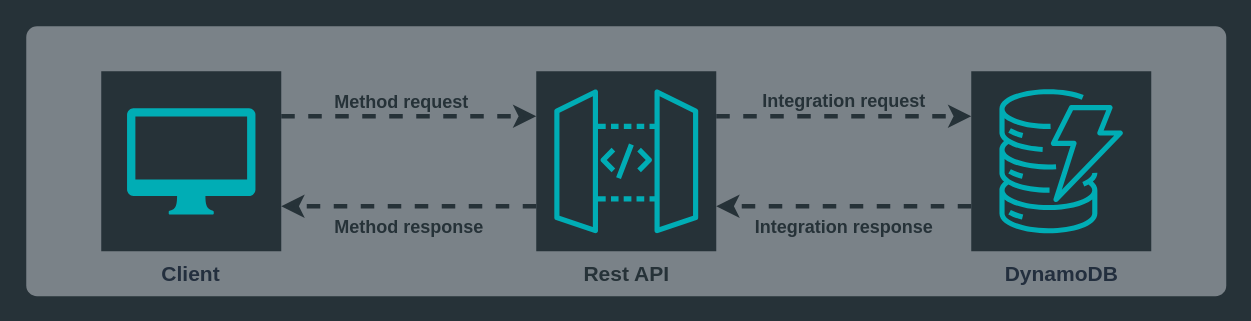
Before: page "main" (1 of 10) of diagram_sources/url_shortener.drawio in MaximilianoAguirre/blog, a draw.io diagram. Source tidied: cells renumbered, new cells numbered last; positions are measured from the earlier drawing's top-left corner, leaving out a move shared by most shapes. Both pictures are drawn from the tidied source at 150%, with x=0, y=0 at pixel (26, 26).
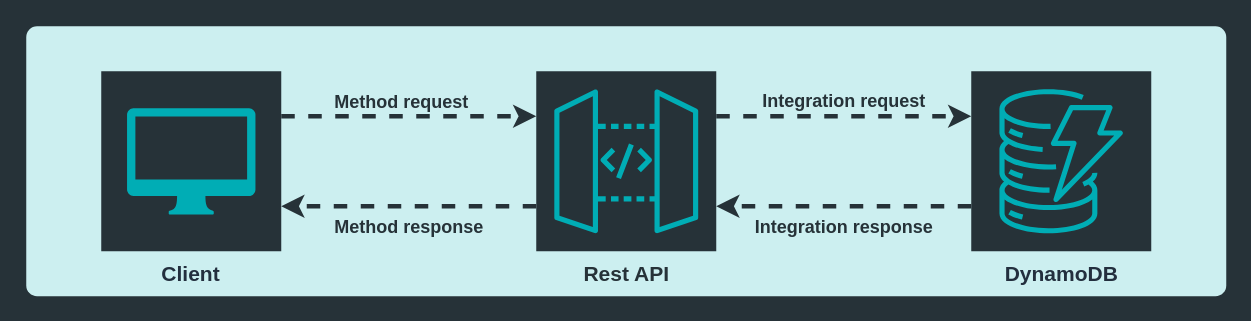
The same page after the edit.

Diff of the diagram source:
```diff
@@
 <mxGraphModel background="#263238">
   <root>
     <mxCell id="0" />
     <mxCell id="1" parent="0" />
-    <mxCell id="2" style="rounded=1;whiteSpace=wrap;html=1;strokeColor=none;fillColor=#7A8288;arcSize=4;fontColor=#263238;" parent="1" vertex="1">
+    <mxCell id="2" style="rounded=1;whiteSpace=wrap;html=1;strokeColor=none;fillColor=#cceff0;arcSize=4;fontColor=#263238;" parent="1" vertex="1">
       <mxGeometry width="800" height="180" as="geometry" />
     </mxCell>
     <mxCell id="3" value="Rest API" style="sketch=0;points=[[0,0,0],[0.25,0,0],[0.5,0,0],[0.75,0,0],[1,0,0],[0,1,0],[0.25,1,0],[0.5,1,0],[0.75,1,0],[1,1,0],[0,0.25,0],[0,0.5,0],[0,0.75,0],[1,0.25,0],[1,0.5,0],[1,0.75,0]];outlineConnect=0;fontColor=#263238;fillColor=#263238;strokeColor=#00ADB5;dashed=0;verticalLabelPosition=bottom;verticalAlign=top;align=center;html=1;fontSize=14;fontStyle=1;shape=mxgraph.aws4.resourceIcon;resIcon=mxgraph.aws4.api_gateway;" parent="1" vertex="1">
       <mxGeometry x="340" y="30" width="120" height="120" as="geometry" />
     </mxCell>
     <mxCell id="4" value="&lt;b&gt;&lt;font style=&quot;font-size: 12px;&quot;&gt;Integration request&lt;/font&gt;&lt;/b&gt;" style="edgeStyle=orthogonalEdgeStyle;rounded=0;jettySize=auto;html=1;dashed=1;flowAnimation=1;strokeWidth=3;flowAnimationDuration=1000;fixDash=0;anchorPointDirection=1;snapToPoint=0;flowAnimationDirection=normal;fontSize=14;labelBackgroundColor=none;verticalAlign=bottom;strokeColor=#263238;exitX=1;exitY=0.25;exitDx=0;exitDy=0;exitPerimeter=0;fontColor=#263238;endFill=1;entryX=0;entryY=0.25;entryDx=0;entryDy=0;entryPerimeter=0;" parent="1" edge="1" source="3" target="5">
       <mxGeometry relative="1" as="geometry" />
     </mxCell>
     <mxCell id="5" value="&lt;b style=&quot;font-size: 14px;&quot;&gt;DynamoDB&lt;/b&gt;" style="sketch=0;points=[[0,0,0],[0.25,0,0],[0.5,0,0],[0.75,0,0],[1,0,0],[0,1,0],[0.25,1,0],[0.5,1,0],[0.75,1,0],[1,1,0],[0,0.25,0],[0,0.5,0],[0,0.75,0],[1,0.25,0],[1,0.5,0],[1,0.75,0]];outlineConnect=0;fontColor=#232F3E;fillColor=#263238;strokeColor=#00adb5;dashed=0;verticalLabelPosition=bottom;verticalAlign=top;align=center;html=1;fontSize=14;fontStyle=0;shape=mxgraph.aws4.resourceIcon;resIcon=mxgraph.aws4.dynamodb;" parent="1" vertex="1">
       <mxGeometry x="630" y="30" width="120" height="120" as="geometry" />
     </mxCell>
     <mxCell id="6" style="group;fontSize=14;" parent="1" vertex="1">
       <mxGeometry x="50" y="30" width="120" height="120" as="geometry" />
     </mxCell>
     <mxCell id="7" value="&lt;b&gt;&lt;font style=&quot;font-size: 14px;&quot;&gt;Client&lt;/font&gt;&lt;/b&gt;" style="whiteSpace=wrap;html=1;dashed=0;sketch=0;strokeColor=none;align=center;verticalAlign=top;fontFamily=Helvetica;fontSize=12;fontColor=#232F3E;fontStyle=0;fillColor=#263238;horizontal=1;labelPosition=center;verticalLabelPosition=bottom;" parent="6" vertex="1">
       <mxGeometry width="120" height="120" as="geometry" />
     </mxCell>
     <mxCell id="8" style="sketch=0;shadow=0;dashed=0;html=1;strokeColor=none;fillColor=#00adb5;labelPosition=center;verticalLabelPosition=bottom;verticalAlign=top;align=center;shape=mxgraph.office.devices.mac_client;fontStyle=1;fontColor=#263238;" parent="6" vertex="1">
       <mxGeometry x="17.2" y="24.6" width="85.6" height="70.9" as="geometry" />
     </mxCell>
     <mxCell id="9" value="&lt;b&gt;&lt;font style=&quot;font-size: 12px;&quot;&gt;Method response&lt;/font&gt;&lt;/b&gt;" style="endArrow=classic;html=1;rounded=0;dashed=1;strokeColor=#263238;strokeWidth=3;align=center;verticalAlign=top;fontFamily=Helvetica;fontSize=12;fontColor=#263238;labelBackgroundColor=none;edgeStyle=orthogonalEdgeStyle;flowAnimation=1;flowAnimationDirection=normal;flowAnimationDuration=1000;exitX=0;exitY=0.75;exitDx=0;exitDy=0;entryX=1;entryY=0.75;entryDx=0;entryDy=0;exitPerimeter=0;" parent="1" edge="1" source="3" target="7">
       <mxGeometry relative="1" as="geometry" />
     </mxCell>
     <mxCell id="10" value="&lt;b&gt;Method request&lt;/b&gt;" style="edgeStyle=orthogonalEdgeStyle;rounded=0;jettySize=auto;html=1;dashed=1;flowAnimation=1;strokeWidth=3;flowAnimationDuration=1000;fixDash=0;anchorPointDirection=1;snapToPoint=0;flowAnimationDirection=normal;labelBackgroundColor=none;textShadow=0;fontSize=12;verticalAlign=bottom;fontColor=#263238;strokeColor=#263238;exitX=1;exitY=0.25;exitDx=0;exitDy=0;entryX=0;entryY=0.25;entryDx=0;entryDy=0;entryPerimeter=0;targetPerimeterSpacing=0;jumpStyle=none;jumpSize=6;endSize=6;shadow=0;" parent="1" edge="1" source="7" target="3">
       <mxGeometry x="-0.06" relative="1" as="geometry" />
     </mxCell>
     <mxCell id="11" style="edgeLabel;html=1;align=center;verticalAlign=middle;dashed=0;sketch=0;strokeColor=#00adb5;fontFamily=Helvetica;fontSize=12;fontColor=#263238;fontStyle=0;labelBackgroundColor=none;fillColor=#263238;" parent="10" vertex="1">
       <mxGeometry x="-0.14" y="2" relative="1" as="geometry" />
     </mxCell>
     <mxCell id="12" style="edgeLabel;html=1;align=center;verticalAlign=middle;dashed=0;sketch=0;strokeColor=#00adb5;fontFamily=Helvetica;fontSize=12;fontColor=#263238;fontStyle=0;labelBackgroundColor=none;fillColor=#263238;" parent="10" vertex="1">
       <mxGeometry x="-0.04" relative="1" as="geometry" />
     </mxCell>
     <mxCell id="13" style="edgeLabel;html=1;align=center;verticalAlign=top;dashed=0;sketch=0;strokeColor=#00adb5;fontFamily=Helvetica;fontSize=12;fontColor=#263238;fontStyle=0;labelBackgroundColor=none;fillColor=#263238;" parent="10" vertex="1">
       <mxGeometry x="-0.19" relative="1" as="geometry" />
     </mxCell>
     <mxCell id="14" value="&lt;b&gt;Integration response&lt;/b&gt;" style="edgeStyle=orthogonalEdgeStyle;rounded=0;jettySize=auto;html=1;dashed=1;flowAnimation=1;strokeWidth=3;flowAnimationDuration=1000;fixDash=0;anchorPointDirection=1;snapToPoint=0;flowAnimationDirection=normal;fontSize=12;labelBackgroundColor=none;verticalAlign=top;strokeColor=#263238;exitX=0;exitY=0.75;exitDx=0;exitDy=0;exitPerimeter=0;fontColor=#263238;endFill=1;entryX=1;entryY=0.75;entryDx=0;entryDy=0;entryPerimeter=0;" parent="1" edge="1" source="5" target="3">
       <mxGeometry relative="1" as="geometry" />
     </mxCell>
   </root>
 </mxGraphModel>
```
